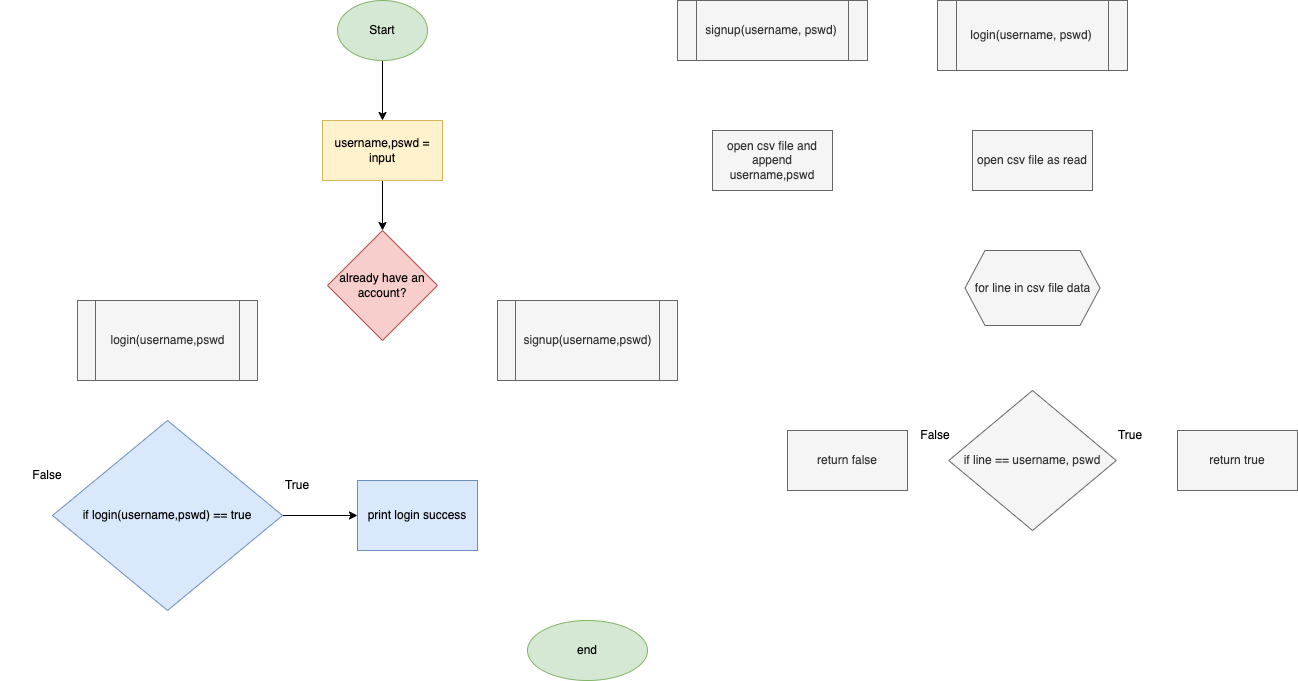
Above: projects/digital_wallet/flowcharts/login_system.png in krishank-gupta/ib_com_sci (draw.io), before the change. Source tidied: cells renumbered, new cells last; positions are measured from the earlier drawing's top-left corner, leaving out a move shared by most shapes. Its diagram source:
```xml
<mxGraphModel>
  <root>
    <mxCell id="0" />
    <mxCell id="1" parent="0" />
    <mxCell id="2" style="edgeStyle=orthogonalEdgeStyle;rounded=0;jettySize=auto;html=1;" parent="1" edge="1" source="3" target="5">
      <mxGeometry relative="1" as="geometry" />
    </mxCell>
    <mxCell id="3" value="Start" style="ellipse;whiteSpace=wrap;html=1;fillColor=#d5e8d4;strokeColor=#82b366;" parent="1" vertex="1">
      <mxGeometry x="330" width="90" height="60" as="geometry" />
    </mxCell>
    <mxCell id="4" style="edgeStyle=orthogonalEdgeStyle;rounded=0;jettySize=auto;html=1;exitX=0.5;exitY=1;exitDx=0;exitDy=0;" parent="1" edge="1" source="5" target="8">
      <mxGeometry relative="1" as="geometry" />
    </mxCell>
    <mxCell id="5" value="username,pswd = input" style="whiteSpace=wrap;html=1;fillColor=#fff2cc;strokeColor=#d6b656;" parent="1" vertex="1">
      <mxGeometry x="315" y="120" width="120" height="60" as="geometry" />
    </mxCell>
    <mxCell id="6" style="edgeStyle=orthogonalEdgeStyle;rounded=0;jettySize=auto;html=1;exitX=1;exitY=0.5;exitDx=0;exitDy=0;strokeColor=#FFFFFF;" parent="1" edge="1" source="8" target="10">
      <mxGeometry relative="1" as="geometry" />
    </mxCell>
    <mxCell id="7" style="edgeStyle=orthogonalEdgeStyle;rounded=0;jettySize=auto;html=1;strokeColor=#FFFFFF;" parent="1" edge="1" source="8" target="12">
      <mxGeometry relative="1" as="geometry" />
    </mxCell>
    <mxCell id="8" value="already have an account?" style="rhombus;whiteSpace=wrap;html=1;fillColor=#f8cecc;strokeColor=#b85450;" parent="1" vertex="1">
      <mxGeometry x="320" y="230" width="110" height="110" as="geometry" />
    </mxCell>
    <mxCell id="9" style="edgeStyle=orthogonalEdgeStyle;rounded=0;jettySize=auto;html=1;exitX=0.5;exitY=1;exitDx=0;exitDy=0;entryX=0.5;entryY=0;entryDx=0;entryDy=0;strokeColor=#FFFFFF;" parent="1" edge="1" source="10" target="13">
      <mxGeometry relative="1" as="geometry" />
    </mxCell>
    <mxCell id="10" value="signup(username,pswd)" style="shape=process;whiteSpace=wrap;html=1;backgroundOutline=1;fillColor=#f5f5f5;fontColor=#333333;strokeColor=#666666;" parent="1" vertex="1">
      <mxGeometry x="490" y="300" width="180" height="80" as="geometry" />
    </mxCell>
    <mxCell id="11" style="edgeStyle=orthogonalEdgeStyle;rounded=0;jettySize=auto;html=1;exitX=0.5;exitY=1;exitDx=0;exitDy=0;entryX=0.5;entryY=0;entryDx=0;entryDy=0;strokeColor=#FFFFFF;" parent="1" edge="1" source="12" target="30">
      <mxGeometry relative="1" as="geometry" />
    </mxCell>
    <mxCell id="12" value="login(username,pswd" style="shape=process;whiteSpace=wrap;html=1;backgroundOutline=1;fillColor=#f5f5f5;strokeColor=#666666;fontColor=#333333;" parent="1" vertex="1">
      <mxGeometry x="70" y="300" width="180" height="80" as="geometry" />
    </mxCell>
    <mxCell id="13" value="end" style="ellipse;whiteSpace=wrap;html=1;fillColor=#d5e8d4;strokeColor=#82b366;" parent="1" vertex="1">
      <mxGeometry x="520" y="620" width="120" height="60" as="geometry" />
    </mxCell>
    <mxCell id="14" style="edgeStyle=orthogonalEdgeStyle;rounded=0;jettySize=auto;html=1;strokeColor=#FFFFFF;" parent="1" edge="1" source="15" target="16">
      <mxGeometry relative="1" as="geometry" />
    </mxCell>
    <mxCell id="15" value="signup(username, pswd)" style="shape=process;whiteSpace=wrap;html=1;backgroundOutline=1;fillColor=#f5f5f5;fontColor=#333333;strokeColor=#666666;" parent="1" vertex="1">
      <mxGeometry x="670" width="190" height="60" as="geometry" />
    </mxCell>
    <mxCell id="16" value="open csv file and append username,pswd" style="whiteSpace=wrap;html=1;fillColor=#f5f5f5;strokeColor=#666666;fontColor=#333333;" parent="1" vertex="1">
      <mxGeometry x="705" y="130" width="120" height="60" as="geometry" />
    </mxCell>
    <mxCell id="17" style="edgeStyle=orthogonalEdgeStyle;rounded=0;jettySize=auto;html=1;strokeColor=#FFFFFF;" parent="1" edge="1" source="18" target="20">
      <mxGeometry relative="1" as="geometry" />
    </mxCell>
    <mxCell id="18" value="login(username, pswd)" style="shape=process;whiteSpace=wrap;html=1;backgroundOutline=1;fillColor=#f5f5f5;fontColor=#333333;strokeColor=#666666;" parent="1" vertex="1">
      <mxGeometry x="930" width="190" height="70" as="geometry" />
    </mxCell>
    <mxCell id="19" style="edgeStyle=orthogonalEdgeStyle;rounded=0;jettySize=auto;html=1;strokeColor=#FFFFFF;" parent="1" edge="1" source="20">
      <mxGeometry relative="1" as="geometry">
        <mxPoint x="1025" y="250" as="targetPoint" />
      </mxGeometry>
    </mxCell>
    <mxCell id="20" value="open csv file as read" style="whiteSpace=wrap;html=1;fillColor=#f5f5f5;strokeColor=#666666;fontColor=#333333;" parent="1" vertex="1">
      <mxGeometry x="965" y="130" width="120" height="60" as="geometry" />
    </mxCell>
    <mxCell id="21" style="edgeStyle=orthogonalEdgeStyle;rounded=0;jettySize=auto;html=1;strokeColor=#FFFFFF;" parent="1" edge="1" source="22" target="25">
      <mxGeometry relative="1" as="geometry" />
    </mxCell>
    <mxCell id="22" value="for line in csv file data" style="shape=hexagon;perimeter=hexagonPerimeter2;whiteSpace=wrap;html=1;fixedSize=1;fillColor=#f5f5f5;fontColor=#333333;strokeColor=#666666;" parent="1" vertex="1">
      <mxGeometry x="957.5" y="250" width="135" height="75" as="geometry" />
    </mxCell>
    <mxCell id="23" style="edgeStyle=orthogonalEdgeStyle;rounded=0;jettySize=auto;html=1;strokeColor=#FFFFFF;" parent="1" edge="1" source="25" target="26">
      <mxGeometry relative="1" as="geometry" />
    </mxCell>
    <mxCell id="24" style="edgeStyle=orthogonalEdgeStyle;rounded=0;jettySize=auto;html=1;strokeColor=#FFFFFF;" parent="1" edge="1" source="25" target="27">
      <mxGeometry relative="1" as="geometry" />
    </mxCell>
    <mxCell id="25" value="if line == username, pswd" style="rhombus;whiteSpace=wrap;html=1;fillColor=#f5f5f5;strokeColor=#666666;fontColor=#333333;" parent="1" vertex="1">
      <mxGeometry x="941.2" y="390" width="167.5" height="140" as="geometry" />
    </mxCell>
    <mxCell id="26" value="return true" style="whiteSpace=wrap;html=1;fillColor=#f5f5f5;strokeColor=#666666;fontColor=#333333;" parent="1" vertex="1">
      <mxGeometry x="1170" y="430" width="120" height="60" as="geometry" />
    </mxCell>
    <mxCell id="27" value="return false" style="whiteSpace=wrap;html=1;fillColor=#f5f5f5;strokeColor=#666666;fontColor=#333333;" parent="1" vertex="1">
      <mxGeometry x="780" y="430" width="120" height="60" as="geometry" />
    </mxCell>
    <mxCell id="28" style="edgeStyle=orthogonalEdgeStyle;rounded=0;jettySize=auto;html=1;" parent="1" edge="1" source="30" target="32">
      <mxGeometry relative="1" as="geometry" />
    </mxCell>
    <mxCell id="29" style="edgeStyle=orthogonalEdgeStyle;rounded=0;jettySize=auto;html=1;entryX=0;entryY=0.5;entryDx=0;entryDy=0;strokeColor=#FFFFFF;" parent="1" edge="1" source="30" target="5">
      <mxGeometry relative="1" as="geometry">
        <Array as="points">
          <mxPoint y="515" />
          <mxPoint y="150" />
        </Array>
      </mxGeometry>
    </mxCell>
    <mxCell id="30" value="if login(username,pswd) == true" style="rhombus;whiteSpace=wrap;html=1;fillColor=#dae8fc;strokeColor=#6c8ebf;" parent="1" vertex="1">
      <mxGeometry x="45" y="420" width="230" height="190" as="geometry" />
    </mxCell>
    <mxCell id="31" style="edgeStyle=orthogonalEdgeStyle;rounded=0;jettySize=auto;html=1;entryX=0.5;entryY=0;entryDx=0;entryDy=0;strokeColor=#FFFFFF;" parent="1" edge="1" source="32" target="13">
      <mxGeometry relative="1" as="geometry">
        <Array as="points">
          <mxPoint x="410" y="580" />
          <mxPoint x="580" y="580" />
        </Array>
      </mxGeometry>
    </mxCell>
    <mxCell id="32" value="print login success" style="whiteSpace=wrap;html=1;fillColor=#dae8fc;strokeColor=#6c8ebf;" parent="1" vertex="1">
      <mxGeometry x="350" y="480" width="120" height="70" as="geometry" />
    </mxCell>
    <mxCell id="33" value="True" style="text;html=1;strokeColor=none;fillColor=none;align=center;verticalAlign=middle;whiteSpace=wrap;rounded=0;" parent="1" vertex="1">
      <mxGeometry x="1092.5" y="420" width="60" height="30" as="geometry" />
    </mxCell>
    <mxCell id="34" value="False" style="text;html=1;strokeColor=none;fillColor=none;align=center;verticalAlign=middle;whiteSpace=wrap;rounded=0;" parent="1" vertex="1">
      <mxGeometry x="897.5" y="420" width="60" height="30" as="geometry" />
    </mxCell>
    <mxCell id="35" value="True" style="text;html=1;strokeColor=none;fillColor=none;align=center;verticalAlign=middle;whiteSpace=wrap;rounded=0;" parent="1" vertex="1">
      <mxGeometry x="260" y="470" width="60" height="30" as="geometry" />
    </mxCell>
    <mxCell id="36" value="False" style="text;html=1;strokeColor=none;fillColor=none;align=center;verticalAlign=middle;whiteSpace=wrap;rounded=0;" parent="1" vertex="1">
      <mxGeometry x="10" y="460" width="60" height="30" as="geometry" />
    </mxCell>
  </root>
</mxGraphModel>
```
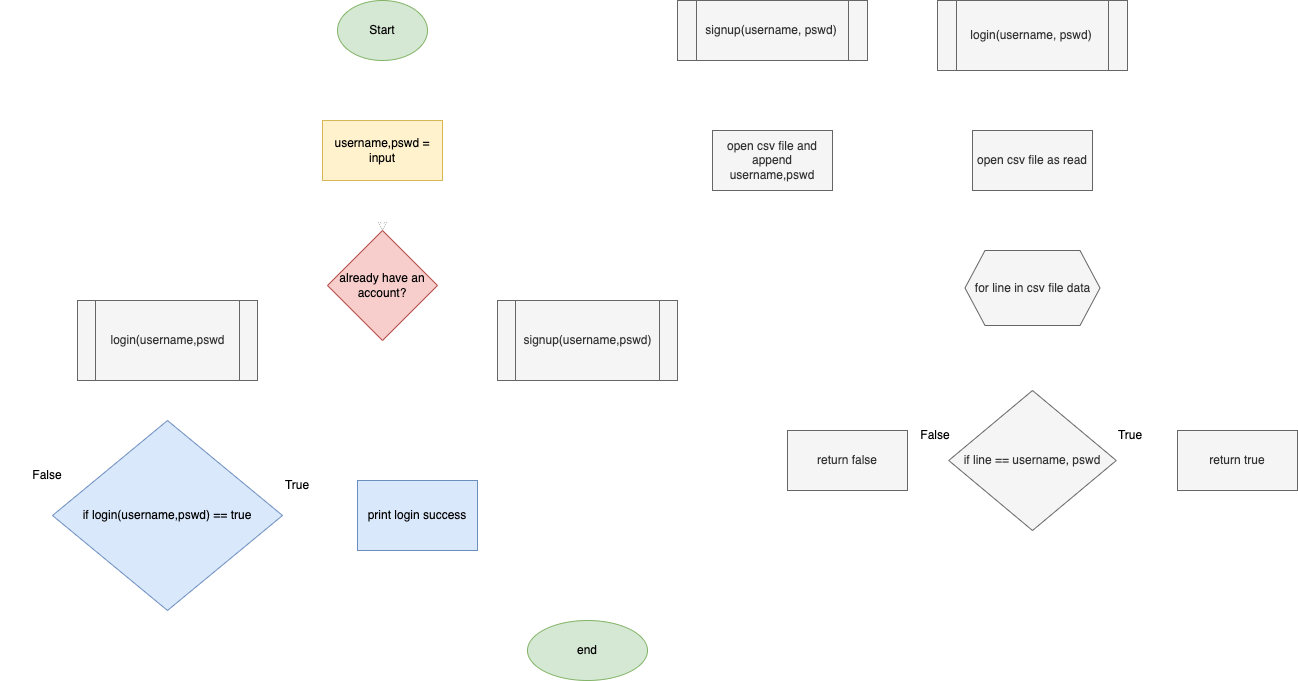
After the commit.

Commit message:
fix login system flowchart color error 2

The edit, as a diff of the source:
```diff
@@ -2,7 +2,7 @@
   <root>
     <mxCell id="0" />
     <mxCell id="1" parent="0" />
-    <mxCell id="2" style="edgeStyle=orthogonalEdgeStyle;rounded=0;jettySize=auto;html=1;" parent="1" edge="1" source="3" target="5">
+    <mxCell id="2" style="edgeStyle=orthogonalEdgeStyle;rounded=0;jettySize=auto;html=1;strokeColor=#FFFFFF;" parent="1" edge="1" source="3" target="5">
       <mxGeometry relative="1" as="geometry" />
     </mxCell>
     <mxCell id="3" value="Start" style="ellipse;whiteSpace=wrap;html=1;fillColor=#d5e8d4;strokeColor=#82b366;" parent="1" vertex="1">
@@ -11,6 +11,9 @@
     <mxCell id="4" style="edgeStyle=orthogonalEdgeStyle;rounded=0;jettySize=auto;html=1;exitX=0.5;exitY=1;exitDx=0;exitDy=0;" parent="1" edge="1" source="5" target="8">
       <mxGeometry relative="1" as="geometry" />
     </mxCell>
+    <mxCell id="37" style="edgeStyle=orthogonalEdgeStyle;rounded=0;jettySize=auto;html=1;strokeColor=#FFFFFF;" parent="1" edge="1" source="5" target="8">
+      <mxGeometry relative="1" as="geometry" />
+    </mxCell>
     <mxCell id="5" value="username,pswd = input" style="whiteSpace=wrap;html=1;fillColor=#fff2cc;strokeColor=#d6b656;" parent="1" vertex="1">
       <mxGeometry x="315" y="120" width="120" height="60" as="geometry" />
     </mxCell>
@@ -82,7 +85,7 @@
     <mxCell id="27" value="return false" style="whiteSpace=wrap;html=1;fillColor=#f5f5f5;strokeColor=#666666;fontColor=#333333;" parent="1" vertex="1">
       <mxGeometry x="780" y="430" width="120" height="60" as="geometry" />
     </mxCell>
-    <mxCell id="28" style="edgeStyle=orthogonalEdgeStyle;rounded=0;jettySize=auto;html=1;" parent="1" edge="1" source="30" target="32">
+    <mxCell id="28" style="edgeStyle=orthogonalEdgeStyle;rounded=0;jettySize=auto;html=1;strokeColor=#FFFFFF;" parent="1" edge="1" source="30" target="32">
       <mxGeometry relative="1" as="geometry" />
     </mxCell>
     <mxCell id="29" style="edgeStyle=orthogonalEdgeStyle;rounded=0;jettySize=auto;html=1;entryX=0;entryY=0.5;entryDx=0;entryDy=0;strokeColor=#FFFFFF;" parent="1" edge="1" source="30" target="5">
```
